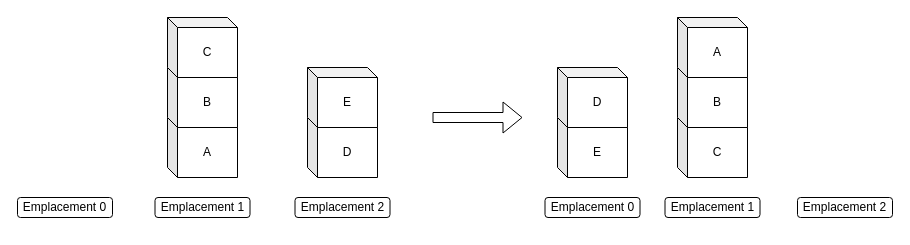
This is blocs.drawio from axelvan22/internship-lig, a draw.io file, before an edit. Source tidied: cells renumbered, new cells numbered last; positions are measured from the earlier drawing's top-left corner, leaving out a move shared by most shapes. Both pictures are drawn from the tidied source at 100%, with x=0, y=0 at pixel (17, 17).
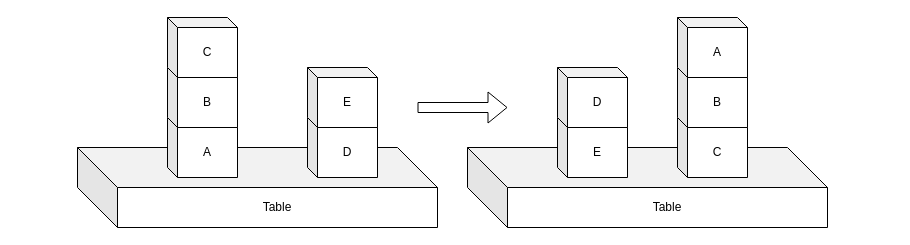
The same page after the edit.

Change to the diagram source:
```diff
@@
 <mxGraphModel>
   <root>
     <mxCell id="0" />
     <mxCell id="1" parent="0" />
+    <mxCell id="19" value="Table" style="shape=cube;whiteSpace=wrap;html=1;boundedLbl=1;backgroundOutline=1;darkOpacity=0.05;darkOpacity2=0.1;size=40;" parent="1" vertex="1">
+      <mxGeometry x="450" y="130" width="360" height="80" as="geometry" />
+    </mxCell>
+    <mxCell id="20" value="Table" style="shape=cube;whiteSpace=wrap;html=1;boundedLbl=1;backgroundOutline=1;darkOpacity=0.05;darkOpacity2=0.1;size=40;" parent="1" vertex="1">
+      <mxGeometry x="60" y="130" width="360" height="80" as="geometry" />
+    </mxCell>
     <mxCell id="2" value="C" style="shape=cube;whiteSpace=wrap;html=1;boundedLbl=1;backgroundOutline=1;darkOpacity=0.05;darkOpacity2=0.1;size=10;" parent="1" vertex="1">
       <mxGeometry x="660" y="100" width="70" height="60" as="geometry" />
     </mxCell>
     <mxCell id="3" value="B" style="shape=cube;whiteSpace=wrap;html=1;boundedLbl=1;backgroundOutline=1;darkOpacity=0.05;darkOpacity2=0.1;size=10;" parent="1" vertex="1">
       <mxGeometry x="660" y="50" width="70" height="60" as="geometry" />
     </mxCell>
     <mxCell id="4" value="A" style="shape=cube;whiteSpace=wrap;html=1;boundedLbl=1;backgroundOutline=1;darkOpacity=0.05;darkOpacity2=0.1;size=10;" parent="1" vertex="1">
       <mxGeometry x="150" y="100" width="70" height="60" as="geometry" />
     </mxCell>
     <mxCell id="5" value="B" style="shape=cube;whiteSpace=wrap;html=1;boundedLbl=1;backgroundOutline=1;darkOpacity=0.05;darkOpacity2=0.1;size=10;" parent="1" vertex="1">
       <mxGeometry x="150" y="50" width="70" height="60" as="geometry" />
     </mxCell>
     <mxCell id="6" value="C" style="shape=cube;whiteSpace=wrap;html=1;boundedLbl=1;backgroundOutline=1;darkOpacity=0.05;darkOpacity2=0.1;size=10;" parent="1" vertex="1">
       <mxGeometry x="150" width="70" height="60" as="geometry" />
     </mxCell>
     <mxCell id="7" value="D" style="shape=cube;whiteSpace=wrap;html=1;boundedLbl=1;backgroundOutline=1;darkOpacity=0.05;darkOpacity2=0.1;size=10;" parent="1" vertex="1">
       <mxGeometry x="290" y="100" width="70" height="60" as="geometry" />
     </mxCell>
     <mxCell id="8" value="E" style="shape=cube;whiteSpace=wrap;html=1;boundedLbl=1;backgroundOutline=1;darkOpacity=0.05;darkOpacity2=0.1;size=10;" parent="1" vertex="1">
       <mxGeometry x="290" y="50" width="70" height="60" as="geometry" />
     </mxCell>
     <mxCell id="9" style="shape=flexArrow;endArrow=classic;html=1;" parent="1" edge="1">
       <mxGeometry relative="1" as="geometry">
-        <mxPoint x="415" y="100" as="sourcePoint" />
-        <mxPoint x="505" y="100" as="targetPoint" />
+        <mxPoint x="400" y="90" as="sourcePoint" />
+        <mxPoint x="490" y="90" as="targetPoint" />
       </mxGeometry>
     </mxCell>
     <mxCell id="10" value="A" style="shape=cube;whiteSpace=wrap;html=1;boundedLbl=1;backgroundOutline=1;darkOpacity=0.05;darkOpacity2=0.1;size=10;" parent="1" vertex="1">
       <mxGeometry x="660" width="70" height="60" as="geometry" />
     </mxCell>
     <mxCell id="11" value="E" style="shape=cube;whiteSpace=wrap;html=1;boundedLbl=1;backgroundOutline=1;darkOpacity=0.05;darkOpacity2=0.1;size=10;" parent="1" vertex="1">
       <mxGeometry x="540" y="100" width="70" height="60" as="geometry" />
     </mxCell>
     <mxCell id="12" value="D" style="shape=cube;whiteSpace=wrap;html=1;boundedLbl=1;backgroundOutline=1;darkOpacity=0.05;darkOpacity2=0.1;size=10;" parent="1" vertex="1">
       <mxGeometry x="540" y="50" width="70" height="60" as="geometry" />
     </mxCell>
-    <mxCell id="13" value="Emplacement 1" style="rounded=1;whiteSpace=wrap;html=1;" parent="1" vertex="1">
-      <mxGeometry x="137.5" y="180" width="95" height="20" as="geometry" />
-    </mxCell>
-    <mxCell id="14" value="Emplacement 2" style="rounded=1;whiteSpace=wrap;html=1;" parent="1" vertex="1">
-      <mxGeometry x="277.5" y="180" width="95" height="20" as="geometry" />
-    </mxCell>
-    <mxCell id="15" value="Emplacement 0" style="rounded=1;whiteSpace=wrap;html=1;" parent="1" vertex="1">
-      <mxGeometry y="180" width="95" height="20" as="geometry" />
-    </mxCell>
-    <mxCell id="16" value="Emplacement 0" style="rounded=1;whiteSpace=wrap;html=1;" parent="1" vertex="1">
-      <mxGeometry x="527.5" y="180" width="95" height="20" as="geometry" />
-    </mxCell>
-    <mxCell id="17" value="Emplacement 1" style="rounded=1;whiteSpace=wrap;html=1;" parent="1" vertex="1">
-      <mxGeometry x="647.5" y="180" width="95" height="20" as="geometry" />
-    </mxCell>
-    <mxCell id="18" value="Emplacement 2" style="rounded=1;whiteSpace=wrap;html=1;" parent="1" vertex="1">
-      <mxGeometry x="780" y="180" width="95" height="20" as="geometry" />
-    </mxCell>
   </root>
 </mxGraphModel>
```
